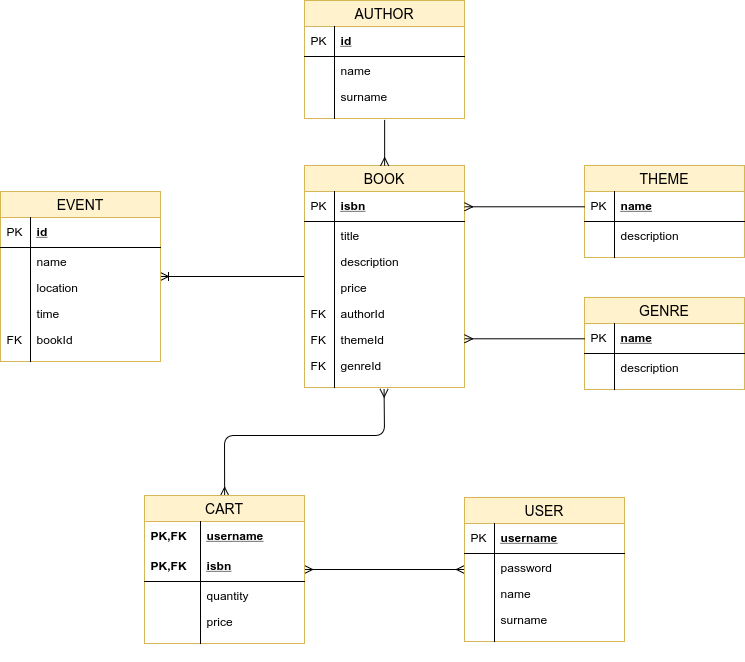
DragonBanana/Hypermedia keeps this draw.io diagram as documentation/images/er_hypermedia.png. Above is the earlier version. Source tidied: cells renumbered, new cells last; positions are measured from the earlier drawing's top-left corner, leaving out a move shared by most shapes.
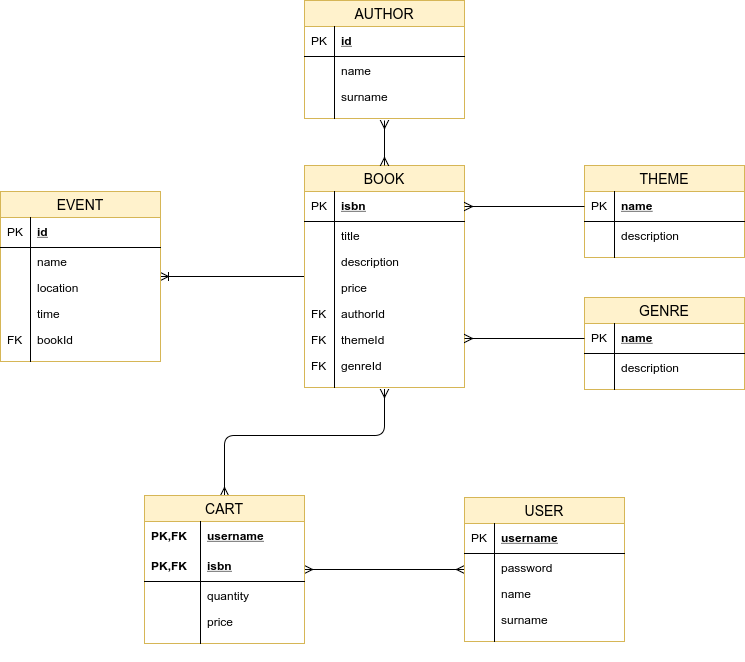
Above is the later version.

Diff of the diagram source:
```diff
@@ -154,7 +154,7 @@
         </Array>
       </mxGeometry>
     </mxCell>
-    <mxCell id="51" style="endArrow=ERmany;html=1;exitX=0.502;exitY=1.162;exitDx=0;exitDy=0;endFill=0;startArrow=none;startFill=0;exitPerimeter=0;entryX=0.5;entryY=0;entryDx=0;entryDy=0;" parent="1" edge="1" source="48" target="6">
+    <mxCell id="51" style="endArrow=ERmany;html=1;exitX=0.502;exitY=1.162;exitDx=0;exitDy=0;endFill=0;startArrow=ERmany;startFill=0;exitPerimeter=0;entryX=0.5;entryY=0;entryDx=0;entryDy=0;" parent="1" edge="1" source="48" target="6">
       <mxGeometry relative="1" as="geometry" />
     </mxCell>
     <mxCell id="52" style="endArrow=ERmany;html=1;exitX=0;exitY=0.5;exitDx=0;exitDy=0;endFill=0;startArrow=none;startFill=0;entryX=1;entryY=0.5;entryDx=0;entryDy=0;" parent="1" edge="1" source="33" target="7">
```
